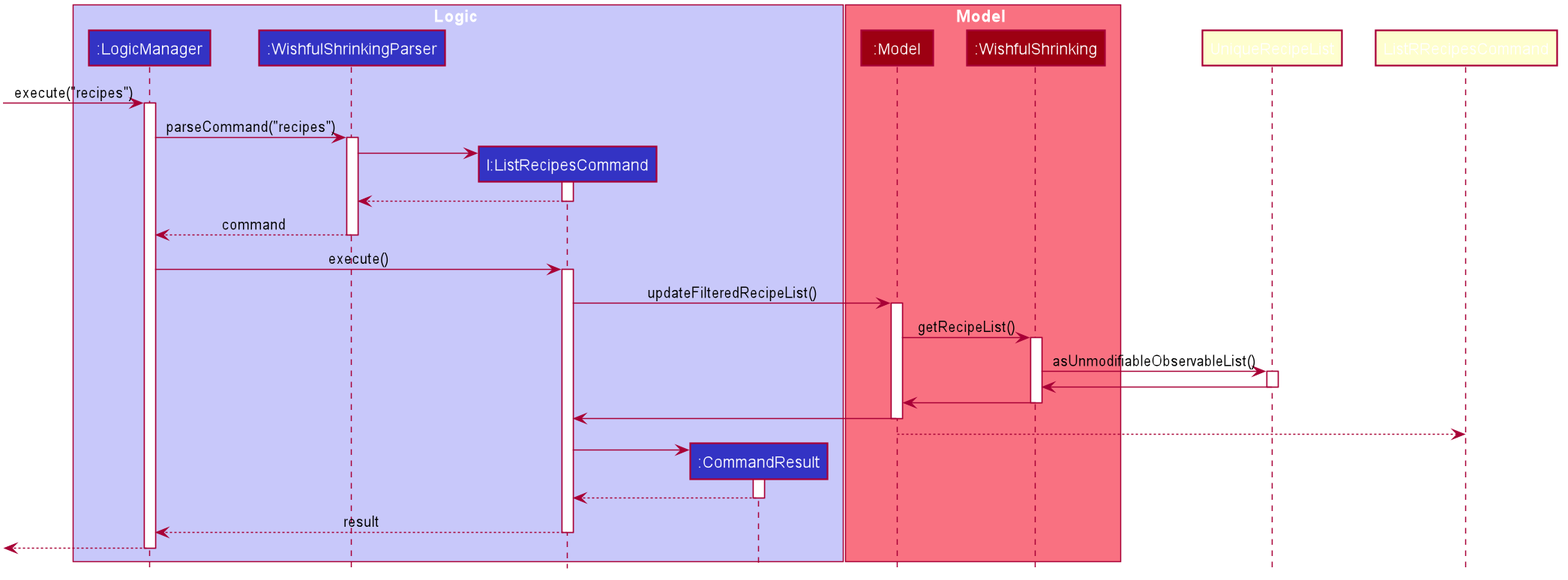
The PlantUML diagram docs/images/ListRecipesSequence.png in nus-cs2103-AY2021S1/tp, before a commit.
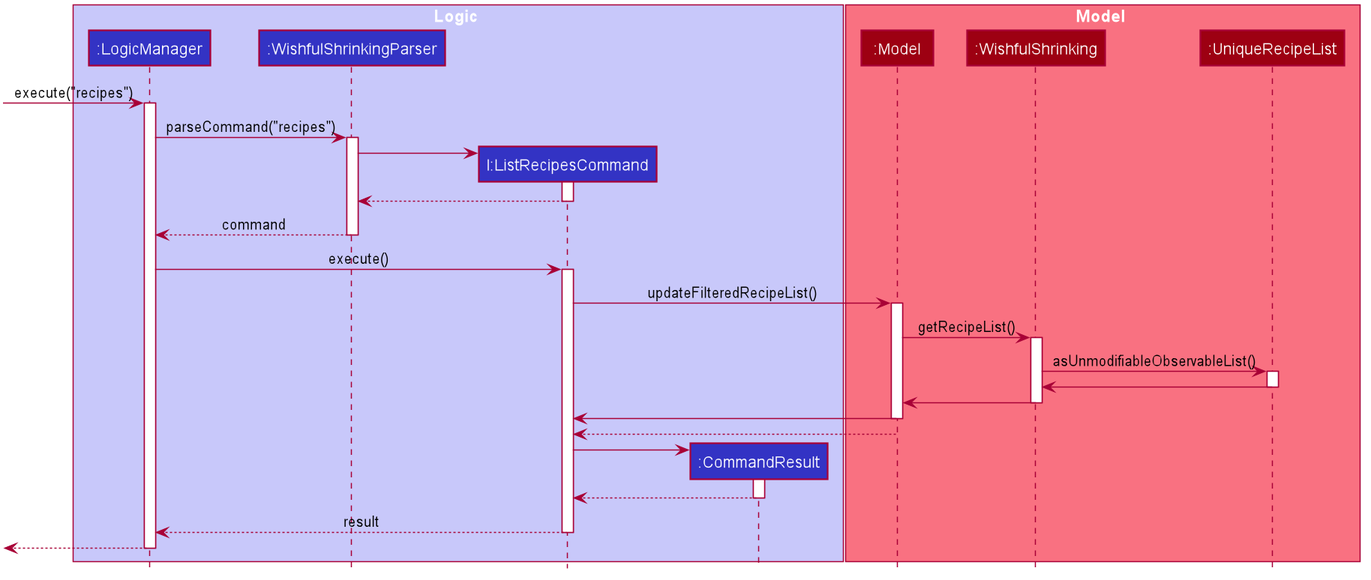
After the commit.

The edit, as a diff of the source:
```diff
@@ -58,6 +58,7 @@
 box Model #F97181
 participant ":Model" as Model #9D0012
 participant ":WishfulShrinking" as WishfulShrinking #9D0012
+participant ":UniqueRecipeList" as UniqueRecipeList #9D0012
 end box
 
 [-> LogicManager : execute("recipes")
@@ -97,7 +98,7 @@
 Model -> ListRecipesCommand
 deactivate Model
 
-Model --> ListRRecipesCommand
+Model --> ListRecipesCommand
 deactivate Model
 
 create CommandResult
```
